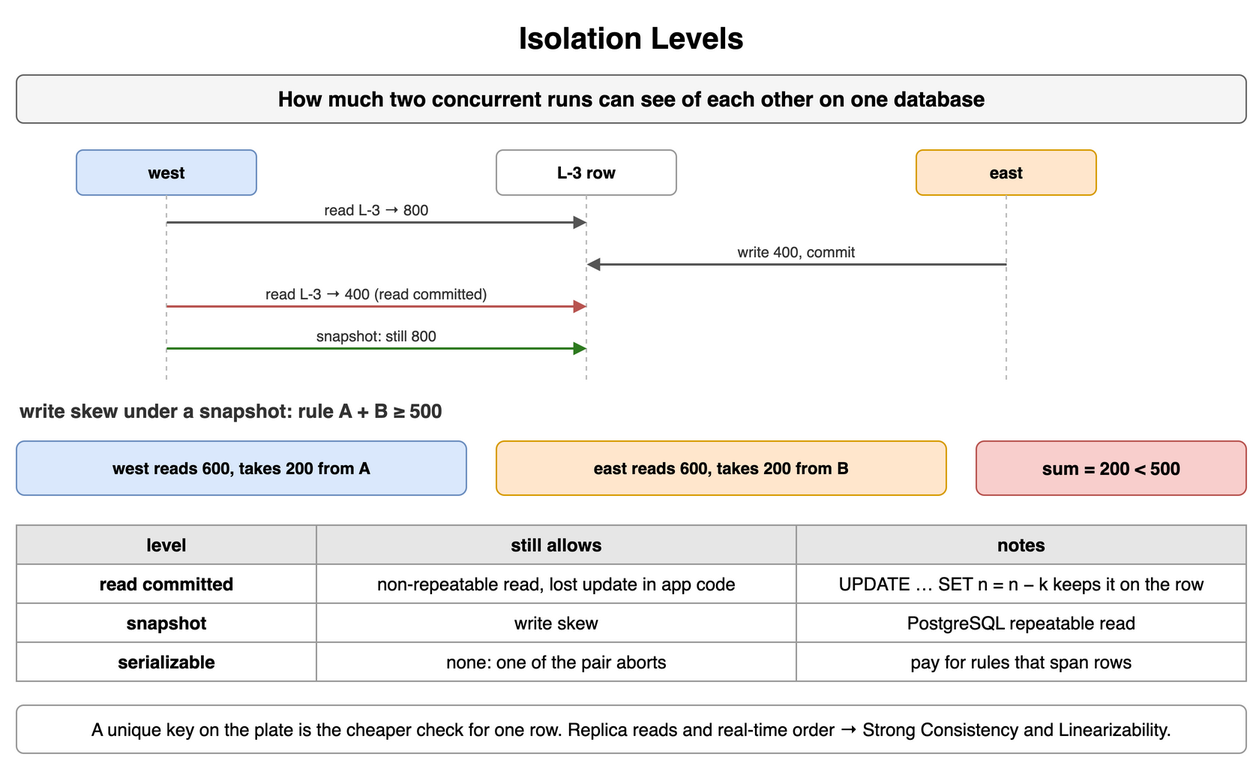
Earlier version of the draw.io export content/09_System_Design_Interview/16_Transactions_and_Concurrency_Control/diagrams/transactions-2-isolation-levels.png (amendez13/swe-study-guide). Source tidied: cells renumbered, new cells last; positions are measured from the earlier drawing's top-left corner, leaving out a move shared by most shapes.
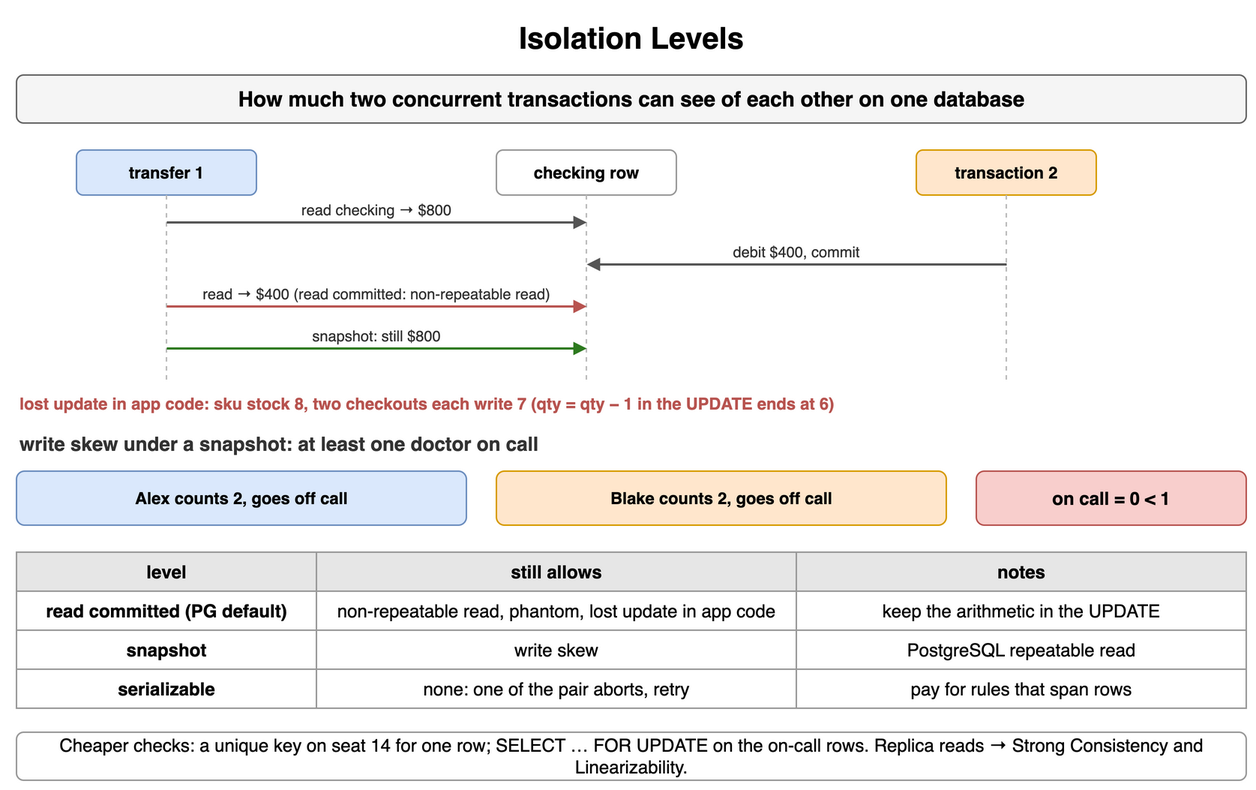
After the change.

The edit, as a diff of the source:
```diff
@@ -5,16 +5,16 @@
     <mxCell id="2" value="Isolation Levels" style="text;html=1;align=center;verticalAlign=middle;whiteSpace=wrap;fontSize=20;fontStyle=1;" parent="1" vertex="1">
       <mxGeometry width="820" height="30" as="geometry" />
     </mxCell>
-    <mxCell id="3" value="How much two concurrent runs can see of each other on one database" style="rounded=1;whiteSpace=wrap;html=1;fillColor=#f5f5f5;strokeColor=#666666;fontStyle=1;fontSize=14;" parent="1" vertex="1">
+    <mxCell id="3" value="How much two concurrent transactions can see of each other on one database" style="rounded=1;whiteSpace=wrap;html=1;fillColor=#f5f5f5;strokeColor=#666666;fontStyle=1;fontSize=14;" parent="1" vertex="1">
       <mxGeometry y="40" width="820" height="32" as="geometry" />
     </mxCell>
-    <mxCell id="4" value="west" style="rounded=1;whiteSpace=wrap;html=1;fillColor=#dae8fc;strokeColor=#6c8ebf;fontSize=11;align=center;fontStyle=1;" parent="1" vertex="1">
+    <mxCell id="4" value="transfer 1" style="rounded=1;whiteSpace=wrap;html=1;fillColor=#dae8fc;strokeColor=#6c8ebf;fontSize=11;align=center;fontStyle=1;" parent="1" vertex="1">
       <mxGeometry x="40" y="90" width="120" height="30" as="geometry" />
     </mxCell>
-    <mxCell id="5" value="L-3 row" style="rounded=1;whiteSpace=wrap;html=1;fillColor=#ffffff;strokeColor=#999999;fontSize=11;align=center;fontStyle=1;" parent="1" vertex="1">
+    <mxCell id="5" value="checking row" style="rounded=1;whiteSpace=wrap;html=1;fillColor=#ffffff;strokeColor=#999999;fontSize=11;align=center;fontStyle=1;" parent="1" vertex="1">
       <mxGeometry x="320" y="90" width="120" height="30" as="geometry" />
     </mxCell>
-    <mxCell id="6" value="east" style="rounded=1;whiteSpace=wrap;html=1;fillColor=#ffe6cc;strokeColor=#d79b00;fontSize=11;align=center;fontStyle=1;" parent="1" vertex="1">
+    <mxCell id="6" value="transaction 2" style="rounded=1;whiteSpace=wrap;html=1;fillColor=#ffe6cc;strokeColor=#d79b00;fontSize=11;align=center;fontStyle=1;" parent="1" vertex="1">
       <mxGeometry x="600" y="90" width="120" height="30" as="geometry" />
     </mxCell>
     <mxCell id="7" style="endArrow=none;html=1;strokeColor=#bbbbbb;dashed=1;" parent="1" edge="1">
@@ -41,7 +41,7 @@
         <mxPoint x="380" y="138" as="targetPoint" />
       </mxGeometry>
     </mxCell>
-    <mxCell id="11" value="read L-3 → 800" style="text;html=1;whiteSpace=wrap;fontSize=11;align=center;verticalAlign=middle;fontSize=10;fontColor=#333333;" parent="1" vertex="1">
+    <mxCell id="11" value="read checking → $800" style="text;html=1;whiteSpace=wrap;fontSize=11;align=center;verticalAlign=middle;fontSize=10;fontColor=#333333;" parent="1" vertex="1">
       <mxGeometry x="104" y="122" width="272" height="15" as="geometry" />
     </mxCell>
     <mxCell id="12" style="endArrow=block;endSize=6;html=1;strokeWidth=1.5;strokeColor=#555555;fontSize=11;labelBackgroundColor=#ffffff;endSize=5;" parent="1" edge="1">
@@ -50,7 +50,7 @@
         <mxPoint x="380" y="166" as="targetPoint" />
       </mxGeometry>
     </mxCell>
-    <mxCell id="13" value="write 400, commit" style="text;html=1;whiteSpace=wrap;fontSize=11;align=center;verticalAlign=middle;fontSize=10;fontColor=#333333;" parent="1" vertex="1">
+    <mxCell id="13" value="debit $400, commit" style="text;html=1;whiteSpace=wrap;fontSize=11;align=center;verticalAlign=middle;fontSize=10;fontColor=#333333;" parent="1" vertex="1">
       <mxGeometry x="384" y="150" width="272" height="15" as="geometry" />
     </mxCell>
     <mxCell id="14" style="endArrow=block;endSize=6;html=1;strokeWidth=1.5;strokeColor=#b85450;fontSize=11;labelBackgroundColor=#ffffff;fontColor=#b85450;fontStyle=1;endSize=5;" parent="1" edge="1">
@@ -59,7 +59,7 @@
         <mxPoint x="380" y="194" as="targetPoint" />
       </mxGeometry>
     </mxCell>
-    <mxCell id="15" value="read L-3 → 400 (read committed)" style="text;html=1;whiteSpace=wrap;fontSize=11;align=center;verticalAlign=middle;fontSize=10;fontColor=#333333;" parent="1" vertex="1">
+    <mxCell id="15" value="read → $400 (read committed: non-repeatable read)" style="text;html=1;whiteSpace=wrap;fontSize=11;align=center;verticalAlign=middle;fontSize=10;fontColor=#333333;" parent="1" vertex="1">
       <mxGeometry x="104" y="178" width="272" height="15" as="geometry" />
     </mxCell>
     <mxCell id="16" style="endArrow=block;endSize=6;html=1;strokeWidth=1.5;strokeColor=#2d7a1f;fontSize=11;labelBackgroundColor=#ffffff;fontColor=#2d7a1f;fontStyle=1;endSize=5;" parent="1" edge="1">
@@ -68,59 +68,62 @@
         <mxPoint x="380" y="222" as="targetPoint" />
       </mxGeometry>
     </mxCell>
-    <mxCell id="17" value="snapshot: still 800" style="text;html=1;whiteSpace=wrap;fontSize=11;align=center;verticalAlign=middle;fontSize=10;fontColor=#333333;" parent="1" vertex="1">
+    <mxCell id="17" value="snapshot: still $800" style="text;html=1;whiteSpace=wrap;fontSize=11;align=center;verticalAlign=middle;fontSize=10;fontColor=#333333;" parent="1" vertex="1">
       <mxGeometry x="104" y="206" width="272" height="15" as="geometry" />
     </mxCell>
-    <mxCell id="18" value="write skew under a snapshot: rule A + B ≥ 500" style="text;html=1;whiteSpace=wrap;fontSize=11;align=left;verticalAlign=middle;fontSize=13;fontColor=#333333;fontStyle=1;" parent="1" vertex="1">
-      <mxGeometry y="254" width="600" height="20" as="geometry" />
+    <mxCell id="18" value="lost update in app code: sku stock 8, two checkouts each write 7 (qty = qty − 1 in the UPDATE ends at 6)" style="text;html=1;whiteSpace=wrap;fontSize=11;align=left;verticalAlign=middle;fontSize=11;fontColor=#b85450;fontStyle=1;" parent="1" vertex="1">
+      <mxGeometry y="250" width="820" height="18" as="geometry" />
     </mxCell>
-    <mxCell id="19" value="west reads 600, takes 200 from A" style="rounded=1;whiteSpace=wrap;html=1;fillColor=#dae8fc;strokeColor=#6c8ebf;fontSize=11;align=center;fontStyle=1;" parent="1" vertex="1">
-      <mxGeometry y="284" width="300" height="36" as="geometry" />
+    <mxCell id="19" value="write skew under a snapshot: at least one doctor on call" style="text;html=1;whiteSpace=wrap;fontSize=11;align=left;verticalAlign=middle;fontSize=13;fontColor=#333333;fontStyle=1;" parent="1" vertex="1">
+      <mxGeometry y="276" width="600" height="20" as="geometry" />
     </mxCell>
-    <mxCell id="20" value="east reads 600, takes 200 from B" style="rounded=1;whiteSpace=wrap;html=1;fillColor=#ffe6cc;strokeColor=#d79b00;fontSize=11;align=center;fontStyle=1;" parent="1" vertex="1">
-      <mxGeometry x="320" y="284" width="300" height="36" as="geometry" />
+    <mxCell id="20" value="Alex counts 2, goes off call" style="rounded=1;whiteSpace=wrap;html=1;fillColor=#dae8fc;strokeColor=#6c8ebf;fontSize=11;align=center;fontStyle=1;" parent="1" vertex="1">
+      <mxGeometry y="304" width="300" height="36" as="geometry" />
     </mxCell>
-    <mxCell id="21" value="sum = 200 &lt; 500" style="rounded=1;whiteSpace=wrap;html=1;fillColor=#f8cecc;strokeColor=#b85450;fontSize=12;align=center;fontStyle=1;" parent="1" vertex="1">
-      <mxGeometry x="640" y="284" width="180" height="36" as="geometry" />
+    <mxCell id="21" value="Blake counts 2, goes off call" style="rounded=1;whiteSpace=wrap;html=1;fillColor=#ffe6cc;strokeColor=#d79b00;fontSize=11;align=center;fontStyle=1;" parent="1" vertex="1">
+      <mxGeometry x="320" y="304" width="300" height="36" as="geometry" />
     </mxCell>
-    <mxCell id="22" value="level" style="whiteSpace=wrap;html=1;fillColor=#e6e6e6;strokeColor=#999999;fontStyle=1;fontSize=12;" parent="1" vertex="1">
-      <mxGeometry y="340" width="200" height="26" as="geometry" />
+    <mxCell id="22" value="on call = 0 &lt; 1" style="rounded=1;whiteSpace=wrap;html=1;fillColor=#f8cecc;strokeColor=#b85450;fontSize=12;align=center;fontStyle=1;" parent="1" vertex="1">
+      <mxGeometry x="640" y="304" width="180" height="36" as="geometry" />
     </mxCell>
-    <mxCell id="23" value="still allows" style="whiteSpace=wrap;html=1;fillColor=#e6e6e6;strokeColor=#999999;fontStyle=1;fontSize=12;" parent="1" vertex="1">
-      <mxGeometry x="200" y="340" width="320" height="26" as="geometry" />
+    <mxCell id="23" value="level" style="whiteSpace=wrap;html=1;fillColor=#e6e6e6;strokeColor=#999999;fontStyle=1;fontSize=12;" parent="1" vertex="1">
+      <mxGeometry y="358" width="200" height="26" as="geometry" />
     </mxCell>
-    <mxCell id="24" value="notes" style="whiteSpace=wrap;html=1;fillColor=#e6e6e6;strokeColor=#999999;fontStyle=1;fontSize=12;" parent="1" vertex="1">
-      <mxGeometry x="520" y="340" width="300" height="26" as="geometry" />
+    <mxCell id="24" value="still allows" style="whiteSpace=wrap;html=1;fillColor=#e6e6e6;strokeColor=#999999;fontStyle=1;fontSize=12;" parent="1" vertex="1">
+      <mxGeometry x="200" y="358" width="320" height="26" as="geometry" />
     </mxCell>
-    <mxCell id="25" value="read committed" style="whiteSpace=wrap;html=1;strokeColor=#999999;fontSize=12;fillColor=#ffffff;fontStyle=1;" parent="1" vertex="1">
-      <mxGeometry y="366" width="200" height="26" as="geometry" />
+    <mxCell id="25" value="notes" style="whiteSpace=wrap;html=1;fillColor=#e6e6e6;strokeColor=#999999;fontStyle=1;fontSize=12;" parent="1" vertex="1">
+      <mxGeometry x="520" y="358" width="300" height="26" as="geometry" />
     </mxCell>
-    <mxCell id="26" value="non-repeatable read, lost update in app code" style="whiteSpace=wrap;html=1;strokeColor=#999999;fontSize=12;fillColor=#ffffff;" parent="1" vertex="1">
-      <mxGeometry x="200" y="366" width="320" height="26" as="geometry" />
+    <mxCell id="26" value="read committed (PG default)" style="whiteSpace=wrap;html=1;strokeColor=#999999;fontSize=12;fillColor=#ffffff;fontStyle=1;" parent="1" vertex="1">
+      <mxGeometry y="384" width="200" height="26" as="geometry" />
     </mxCell>
-    <mxCell id="27" value="UPDATE … SET n = n − k keeps it on the row" style="whiteSpace=wrap;html=1;strokeColor=#999999;fontSize=12;fillColor=#ffffff;" parent="1" vertex="1">
-      <mxGeometry x="520" y="366" width="300" height="26" as="geometry" />
+    <mxCell id="27" value="non-repeatable read, phantom, lost update in app code" style="whiteSpace=wrap;html=1;strokeColor=#999999;fontSize=12;fillColor=#ffffff;" parent="1" vertex="1">
+      <mxGeometry x="200" y="384" width="320" height="26" as="geometry" />
     </mxCell>
-    <mxCell id="28" value="snapshot" style="whiteSpace=wrap;html=1;strokeColor=#999999;fontSize=12;fillColor=#ffffff;fontStyle=1;" parent="1" vertex="1">
-      <mxGeometry y="392" width="200" height="26" as="geometry" />
+    <mxCell id="28" value="keep the arithmetic in the UPDATE" style="whiteSpace=wrap;html=1;strokeColor=#999999;fontSize=12;fillColor=#ffffff;" parent="1" vertex="1">
+      <mxGeometry x="520" y="384" width="300" height="26" as="geometry" />
     </mxCell>
-    <mxCell id="29" value="write skew" style="whiteSpace=wrap;html=1;strokeColor=#999999;fontSize=12;fillColor=#ffffff;" parent="1" vertex="1">
-      <mxGeometry x="200" y="392" width="320" height="26" as="geometry" />
+    <mxCell id="29" value="snapshot" style="whiteSpace=wrap;html=1;strokeColor=#999999;fontSize=12;fillColor=#ffffff;fontStyle=1;" parent="1" vertex="1">
+      <mxGeometry y="410" width="200" height="26" as="geometry" />
     </mxCell>
-    <mxCell id="30" value="PostgreSQL repeatable read" style="whiteSpace=wrap;html=1;strokeColor=#999999;fontSize=12;fillColor=#ffffff;" parent="1" vertex="1">
-      <mxGeometry x="520" y="392" width="300" height="26" as="geometry" />
+    <mxCell id="30" value="write skew" style="whiteSpace=wrap;html=1;strokeColor=#999999;fontSize=12;fillColor=#ffffff;" parent="1" vertex="1">
+      <mxGeometry x="200" y="410" width="320" height="26" as="geometry" />
     </mxCell>
-    <mxCell id="31" value="serializable" style="whiteSpace=wrap;html=1;strokeColor=#999999;fontSize=12;fillColor=#ffffff;fontStyle=1;" parent="1" vertex="1">
-      <mxGeometry y="418" width="200" height="26" as="geometry" />
+    <mxCell id="31" value="PostgreSQL repeatable read" style="whiteSpace=wrap;html=1;strokeColor=#999999;fontSize=12;fillColor=#ffffff;" parent="1" vertex="1">
+      <mxGeometry x="520" y="410" width="300" height="26" as="geometry" />
     </mxCell>
-    <mxCell id="32" value="none: one of the pair aborts" style="whiteSpace=wrap;html=1;strokeColor=#999999;fontSize=12;fillColor=#ffffff;" parent="1" vertex="1">
-      <mxGeometry x="200" y="418" width="320" height="26" as="geometry" />
+    <mxCell id="32" value="serializable" style="whiteSpace=wrap;html=1;strokeColor=#999999;fontSize=12;fillColor=#ffffff;fontStyle=1;" parent="1" vertex="1">
+      <mxGeometry y="436" width="200" height="26" as="geometry" />
     </mxCell>
-    <mxCell id="33" value="pay for rules that span rows" style="whiteSpace=wrap;html=1;strokeColor=#999999;fontSize=12;fillColor=#ffffff;" parent="1" vertex="1">
-      <mxGeometry x="520" y="418" width="300" height="26" as="geometry" />
+    <mxCell id="33" value="none: one of the pair aborts, retry" style="whiteSpace=wrap;html=1;strokeColor=#999999;fontSize=12;fillColor=#ffffff;" parent="1" vertex="1">
+      <mxGeometry x="200" y="436" width="320" height="26" as="geometry" />
     </mxCell>
-    <mxCell id="34" value="A unique key on the plate is the cheaper check for one row. Replica reads and real-time order → Strong Consistency and Linearizability." style="rounded=1;whiteSpace=wrap;html=1;fillColor=#ffffff;strokeColor=#999999;fontSize=12;align=center;" parent="1" vertex="1">
-      <mxGeometry y="460" width="820" height="32" as="geometry" />
+    <mxCell id="34" value="pay for rules that span rows" style="whiteSpace=wrap;html=1;strokeColor=#999999;fontSize=12;fillColor=#ffffff;" parent="1" vertex="1">
+      <mxGeometry x="520" y="436" width="300" height="26" as="geometry" />
     </mxCell>
+    <mxCell id="35" value="Cheaper checks: a unique key on seat 14 for one row; SELECT … FOR UPDATE on the on-call rows. Replica reads → Strong Consistency and Linearizability." style="rounded=1;whiteSpace=wrap;html=1;fillColor=#ffffff;strokeColor=#999999;fontSize=12;align=center;" parent="1" vertex="1">
+      <mxGeometry y="478" width="820" height="32" as="geometry" />
+    </mxCell>
   </root>
 </mxGraphModel>
```
